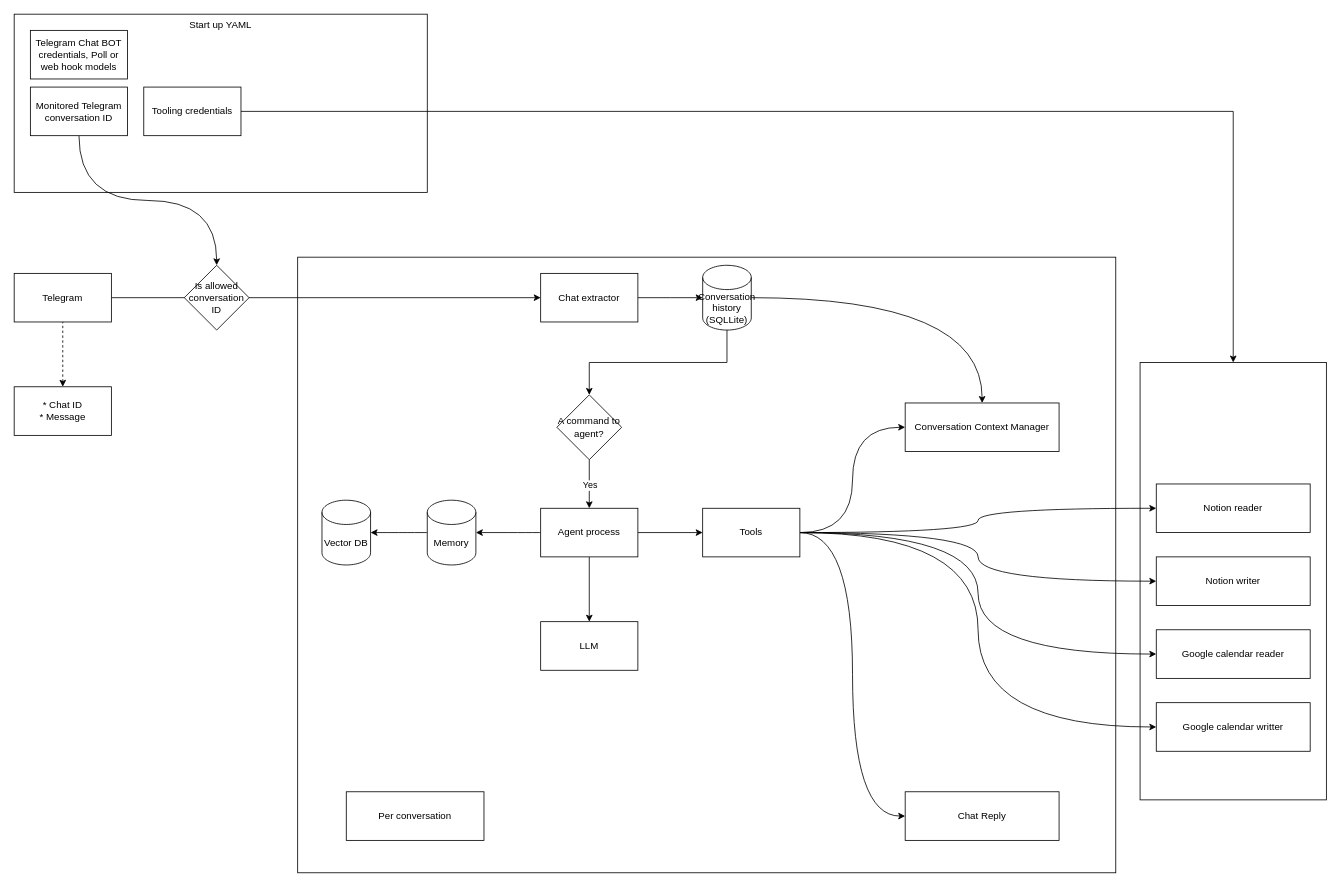
Before: documentations/00_design.drawio in kk1fff/personal_agent, a draw.io diagram. Source tidied: cells renumbered, new cells numbered last; positions are measured from the earlier drawing's top-left corner, leaving out a move shared by most shapes. Both pictures are drawn from the tidied source at 81%, with x=0, y=0 at pixel (14, 14).
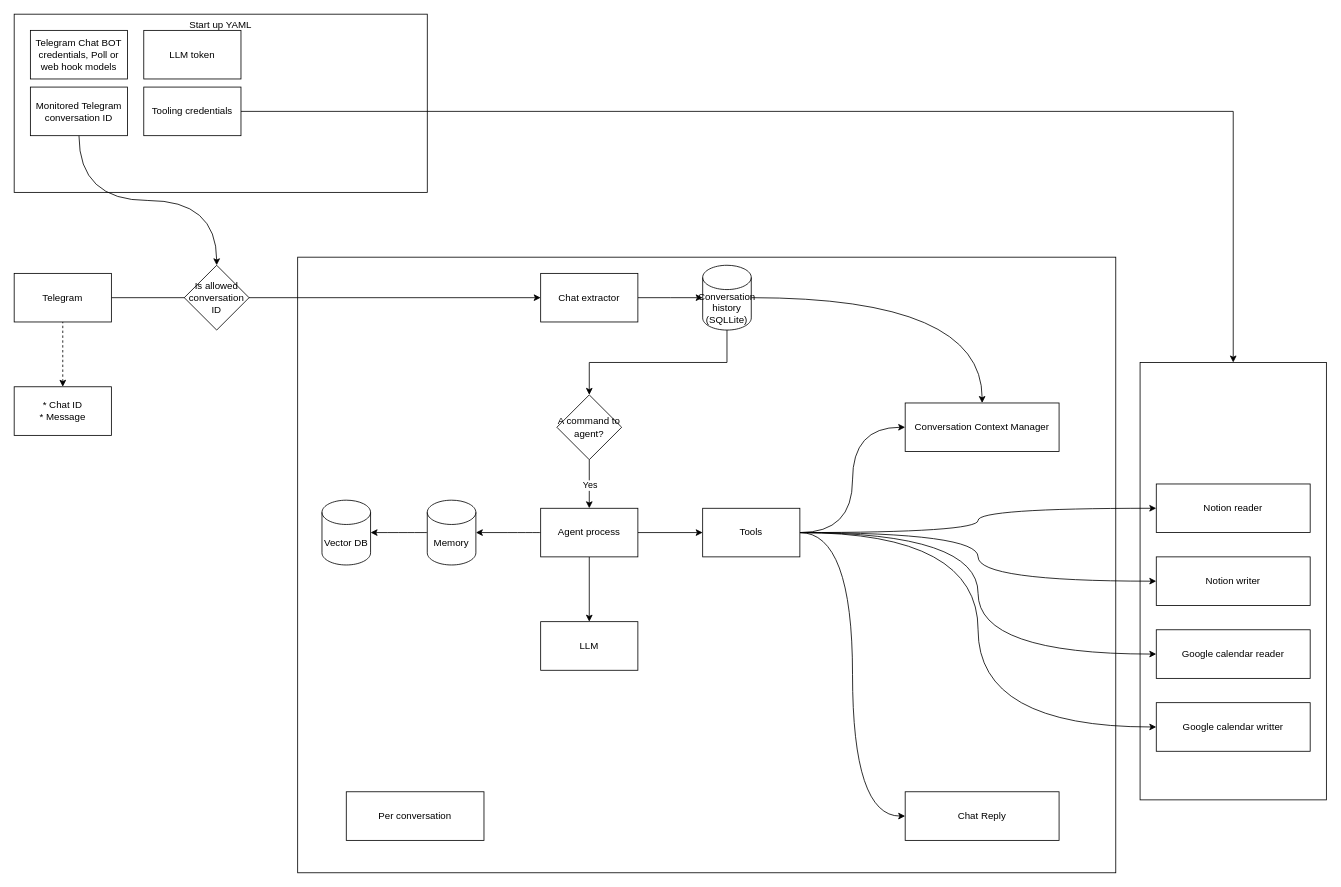
After the change.

What changed in the source:
```diff
@@
+    <mxCell id="45" value="LLM token" style="rounded=0;whiteSpace=wrap;html=1;" parent="1" vertex="1">
+      <mxGeometry x="160" y="20" width="120" height="60" as="geometry" />
+    </mxCell>
```
